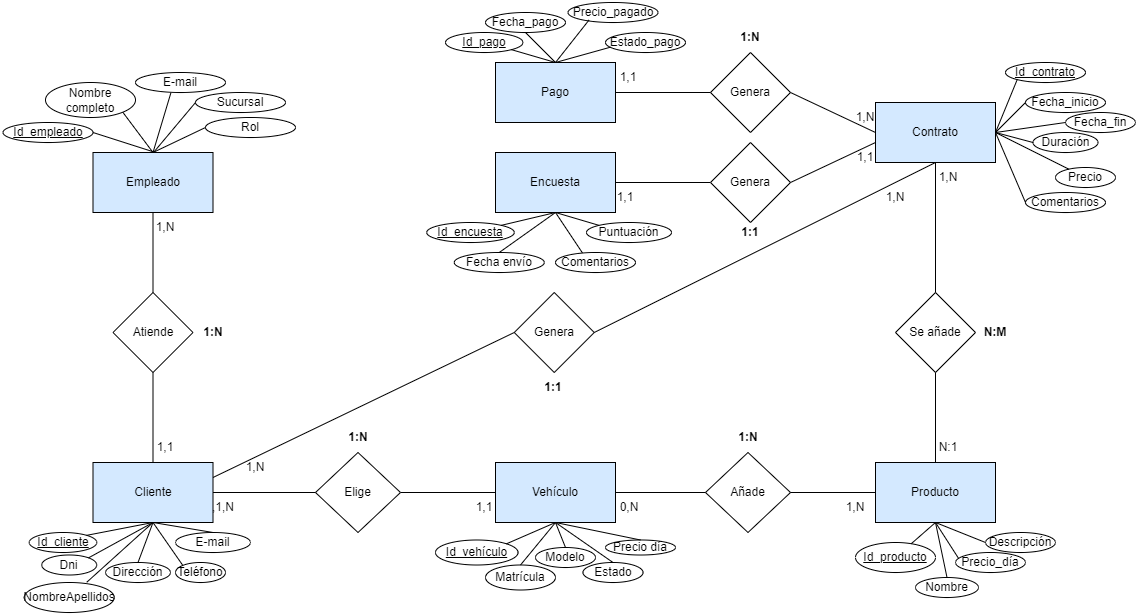
FcoJavierFdez/PFM_SGE keeps this draw.io diagram as FASE_4/Diagrama E-R_PFM.drawio.png. Above is the earlier version. Source tidied: cells renumbered, new cells last; positions are measured from the earlier drawing's top-left corner, leaving out a move shared by most shapes.
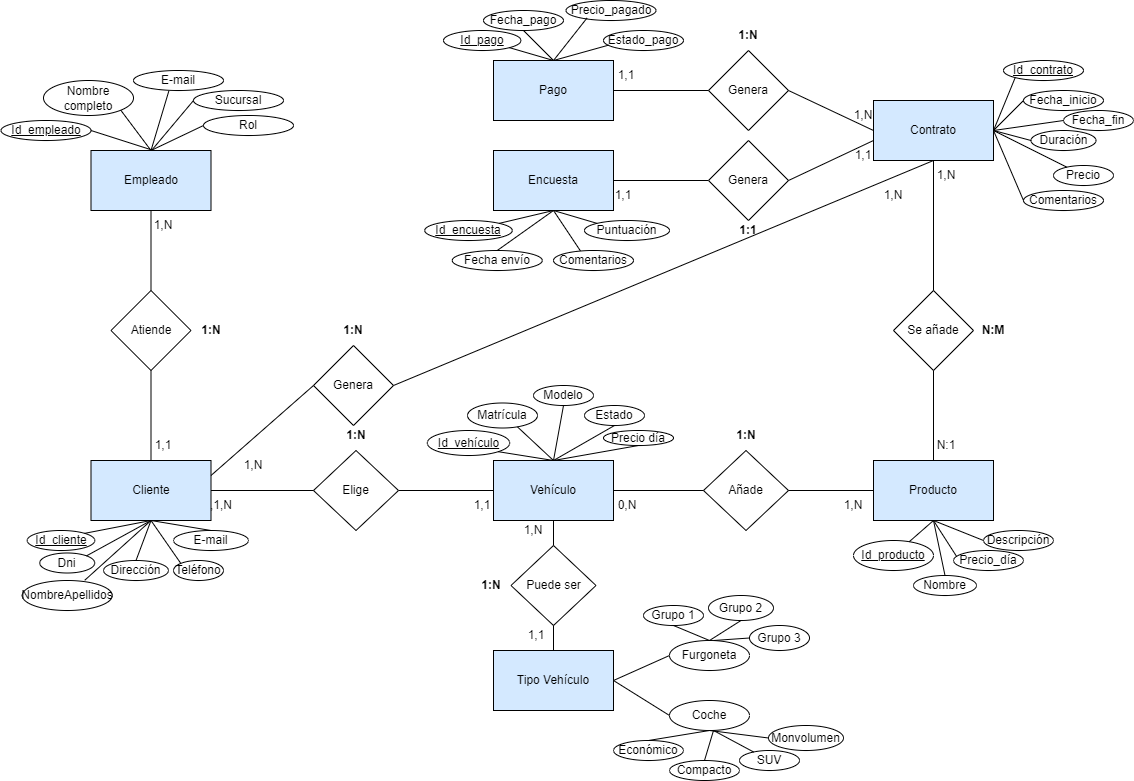
The same file after the commit.

Commit message:
Añado tipo de vehiculo a diagrama E-R

Change to the diagram source:
```diff
@@ -149,33 +149,37 @@
       <mxGeometry relative="1" as="geometry" />
     </mxCell>
     <mxCell id="50" value="&lt;div&gt;Estado&lt;/div&gt;" style="ellipse;whiteSpace=wrap;html=1;" parent="1" vertex="1">
-      <mxGeometry x="579.5" y="560" width="60" height="20" as="geometry" />
+      <mxGeometry x="583" y="405" width="60" height="20" as="geometry" />
     </mxCell>
     <mxCell id="51" value="Matrícula" style="ellipse;whiteSpace=wrap;html=1;" parent="1" vertex="1">
-      <mxGeometry x="482" y="562.5" width="70" height="25" as="geometry" />
+      <mxGeometry x="466" y="402.5" width="70" height="25" as="geometry" />
     </mxCell>
     <mxCell id="52" value="&lt;div&gt;Modelo&lt;/div&gt;" style="ellipse;whiteSpace=wrap;html=1;" parent="1" vertex="1">
-      <mxGeometry x="532" y="545" width="60" height="20" as="geometry" />
+      <mxGeometry x="532" y="385" width="60" height="20" as="geometry" />
     </mxCell>
     <mxCell id="53" value="&lt;u&gt;Id_vehículo&lt;/u&gt;" style="ellipse;whiteSpace=wrap;html=1;" parent="1" vertex="1">
-      <mxGeometry x="432" y="537.5" width="82.5" height="25" as="geometry" />
+      <mxGeometry x="425.8" y="430" width="82.5" height="25" as="geometry" />
     </mxCell>
     <mxCell id="54" value="Precio día" style="ellipse;whiteSpace=wrap;html=1;" parent="1" vertex="1">
-      <mxGeometry x="602" y="537.5" width="70" height="15" as="geometry" />
+      <mxGeometry x="602" y="430" width="70" height="15" as="geometry" />
     </mxCell>
-    <mxCell id="55" style="endArrow=none;html=1;rounded=0;entryX=0.5;entryY=0;entryDx=0;entryDy=0;exitX=0.5;exitY=1;exitDx=0;exitDy=0;" parent="1" edge="1" source="2" target="51">
-      <mxGeometry relative="1" as="geometry" />
+    <mxCell id="55" style="endArrow=none;html=1;rounded=0;entryX=0.714;entryY=0.956;entryDx=0;entryDy=0;entryPerimeter=0;" parent="1" edge="1" target="51">
+      <mxGeometry relative="1" as="geometry">
+        <mxPoint x="552" y="460" as="sourcePoint" />
+      </mxGeometry>
     </mxCell>
-    <mxCell id="56" style="endArrow=none;html=1;rounded=0;entryX=0.5;entryY=1;entryDx=0;entryDy=0;exitX=1;exitY=0;exitDx=0;exitDy=0;" parent="1" edge="1" source="53" target="2">
+    <mxCell id="56" style="endArrow=none;html=1;rounded=0;entryX=0.5;entryY=0;entryDx=0;entryDy=0;exitX=1;exitY=1;exitDx=0;exitDy=0;" parent="1" edge="1" source="53" target="2">
       <mxGeometry relative="1" as="geometry" />
     </mxCell>
-    <mxCell id="57" style="endArrow=none;html=1;rounded=0;entryX=0.5;entryY=0;entryDx=0;entryDy=0;exitX=0.5;exitY=1;exitDx=0;exitDy=0;" parent="1" edge="1" source="2" target="52">
-      <mxGeometry relative="1" as="geometry" />
+    <mxCell id="57" style="endArrow=none;html=1;rounded=0;entryX=0.5;entryY=1;entryDx=0;entryDy=0;" parent="1" edge="1" target="52">
+      <mxGeometry relative="1" as="geometry">
+        <mxPoint x="552" y="460" as="sourcePoint" />
+      </mxGeometry>
     </mxCell>
-    <mxCell id="58" style="endArrow=none;html=1;rounded=0;entryX=0.5;entryY=0;entryDx=0;entryDy=0;exitX=0.5;exitY=1;exitDx=0;exitDy=0;entryPerimeter=0;" parent="1" edge="1" source="2" target="50">
+    <mxCell id="58" style="endArrow=none;html=1;rounded=0;exitX=0.5;exitY=0;exitDx=0;exitDy=0;entryX=0.5;entryY=1;entryDx=0;entryDy=0;" parent="1" edge="1" source="2" target="50">
       <mxGeometry relative="1" as="geometry" />
     </mxCell>
-    <mxCell id="59" style="endArrow=none;html=1;rounded=0;entryX=0.5;entryY=0;entryDx=0;entryDy=0;exitX=0.5;exitY=1;exitDx=0;exitDy=0;" parent="1" edge="1" source="2" target="54">
+    <mxCell id="59" style="endArrow=none;html=1;rounded=0;entryX=0.5;entryY=1;entryDx=0;entryDy=0;exitX=0.5;exitY=0;exitDx=0;exitDy=0;" parent="1" edge="1" source="2" target="54">
       <mxGeometry relative="1" as="geometry" />
     </mxCell>
     <mxCell id="60" value="Comentarios" style="ellipse;whiteSpace=wrap;html=1;" parent="1" vertex="1">
@@ -214,7 +218,7 @@
       <mxGeometry relative="1" as="geometry" />
     </mxCell>
     <mxCell id="71" value="Genera" style="rhombus;whiteSpace=wrap;html=1;" parent="1" vertex="1">
-      <mxGeometry x="510.8" y="290" width="80" height="80" as="geometry" />
+      <mxGeometry x="312" y="345" width="80" height="80" as="geometry" />
     </mxCell>
     <mxCell id="72" style="endArrow=none;html=1;rounded=0;entryX=0.5;entryY=1;entryDx=0;entryDy=0;exitX=1;exitY=0.5;exitDx=0;exitDy=0;" parent="1" edge="1" source="71" target="4">
       <mxGeometry relative="1" as="geometry" />
@@ -294,8 +298,8 @@
     <mxCell id="97" value="1,1" style="text;html=1;strokeColor=none;fillColor=none;align=center;verticalAlign=middle;whiteSpace=wrap;rounded=0;" parent="1" vertex="1">
       <mxGeometry x="132" y="430" width="60" height="30" as="geometry" />
     </mxCell>
-    <mxCell id="98" value="&lt;b&gt;1:1&lt;/b&gt;" style="text;html=1;strokeColor=none;fillColor=none;align=center;verticalAlign=middle;whiteSpace=wrap;rounded=0;" parent="1" vertex="1">
-      <mxGeometry x="519.5" y="370" width="60" height="30" as="geometry" />
+    <mxCell id="98" value="&lt;b&gt;1:N&lt;/b&gt;" style="text;html=1;strokeColor=none;fillColor=none;align=center;verticalAlign=middle;whiteSpace=wrap;rounded=0;" parent="1" vertex="1">
+      <mxGeometry x="322" y="315" width="60" height="30" as="geometry" />
     </mxCell>
     <mxCell id="99" value="1,N" style="text;html=1;strokeColor=none;fillColor=none;align=center;verticalAlign=middle;whiteSpace=wrap;rounded=0;" parent="1" vertex="1">
       <mxGeometry x="222" y="450" width="60" height="30" as="geometry" />
@@ -368,5 +372,91 @@
     <mxCell id="119" value="N:1" style="text;html=1;strokeColor=none;fillColor=none;align=center;verticalAlign=middle;whiteSpace=wrap;rounded=0;" parent="1" vertex="1">
       <mxGeometry x="915" y="430" width="60" height="30" as="geometry" />
     </mxCell>
+    <mxCell id="120" value="Tipo Vehículo" style="rounded=0;whiteSpace=wrap;html=1;fillColor=#D4E9FF;" parent="1" vertex="1">
+      <mxGeometry x="492" y="650" width="120" height="60" as="geometry" />
+    </mxCell>
+    <mxCell id="121" value="Puede ser" style="rhombus;whiteSpace=wrap;html=1;" parent="1" vertex="1">
+      <mxGeometry x="509.5" y="545" width="85" height="80" as="geometry" />
+    </mxCell>
+    <mxCell id="122" style="endArrow=none;html=1;rounded=0;entryX=0.5;entryY=0;entryDx=0;entryDy=0;" parent="1" edge="1" target="121">
+      <mxGeometry relative="1" as="geometry">
+        <mxPoint x="552" y="520" as="sourcePoint" />
+      </mxGeometry>
+    </mxCell>
+    <mxCell id="123" style="endArrow=none;html=1;rounded=0;exitX=0.5;exitY=1;exitDx=0;exitDy=0;entryX=0.5;entryY=0;entryDx=0;entryDy=0;" parent="1" edge="1" source="121" target="120">
+      <mxGeometry relative="1" as="geometry" />
+    </mxCell>
+    <mxCell id="124" value="Monvolumen" style="ellipse;whiteSpace=wrap;html=1;" parent="1" vertex="1">
+      <mxGeometry x="767" y="725" width="75" height="25" as="geometry" />
+    </mxCell>
+    <mxCell id="125" value="SUV" style="ellipse;whiteSpace=wrap;html=1;" parent="1" vertex="1">
+      <mxGeometry x="738" y="750" width="60" height="20" as="geometry" />
+    </mxCell>
+    <mxCell id="126" value="Compacto" style="ellipse;whiteSpace=wrap;html=1;" parent="1" vertex="1">
+      <mxGeometry x="668" y="760" width="70" height="20" as="geometry" />
+    </mxCell>
+    <mxCell id="127" value="Económico" style="ellipse;whiteSpace=wrap;html=1;" parent="1" vertex="1">
+      <mxGeometry x="612" y="740" width="70" height="20" as="geometry" />
+    </mxCell>
+    <mxCell id="128" value="Furgoneta" style="ellipse;whiteSpace=wrap;html=1;" parent="1" vertex="1">
+      <mxGeometry x="668" y="640" width="80" height="30" as="geometry" />
+    </mxCell>
+    <mxCell id="129" value="Coche" style="ellipse;whiteSpace=wrap;html=1;" parent="1" vertex="1">
+      <mxGeometry x="668" y="700" width="80" height="30" as="geometry" />
+    </mxCell>
+    <mxCell id="130" value="Grupo 2" style="ellipse;whiteSpace=wrap;html=1;" parent="1" vertex="1">
+      <mxGeometry x="707" y="595" width="65" height="25" as="geometry" />
+    </mxCell>
+    <mxCell id="131" value="Grupo 1" style="ellipse;whiteSpace=wrap;html=1;" parent="1" vertex="1">
+      <mxGeometry x="642" y="605" width="60" height="20" as="geometry" />
+    </mxCell>
+    <mxCell id="132" value="Grupo 3" style="ellipse;whiteSpace=wrap;html=1;" parent="1" vertex="1">
+      <mxGeometry x="748" y="625" width="60" height="25" as="geometry" />
+    </mxCell>
+    <mxCell id="133" style="endArrow=none;html=1;rounded=0;entryX=0.5;entryY=1;entryDx=0;entryDy=0;exitX=0;exitY=0.5;exitDx=0;exitDy=0;" parent="1" edge="1" source="124" target="129">
+      <mxGeometry relative="1" as="geometry" />
+    </mxCell>
+    <mxCell id="134" style="endArrow=none;html=1;rounded=0;entryX=0.5;entryY=1;entryDx=0;entryDy=0;exitX=0.5;exitY=0;exitDx=0;exitDy=0;" parent="1" edge="1" source="128" target="130">
+      <mxGeometry relative="1" as="geometry" />
+    </mxCell>
+    <mxCell id="135" style="endArrow=none;html=1;rounded=0;entryX=0.5;entryY=1;entryDx=0;entryDy=0;exitX=0.5;exitY=0;exitDx=0;exitDy=0;" parent="1" edge="1" source="128" target="131">
+      <mxGeometry relative="1" as="geometry" />
+    </mxCell>
+    <mxCell id="136" style="endArrow=none;html=1;rounded=0;entryX=0;entryY=0.5;entryDx=0;entryDy=0;exitX=1;exitY=0.5;exitDx=0;exitDy=0;" parent="1" edge="1" source="120" target="129">
+      <mxGeometry relative="1" as="geometry" />
+    </mxCell>
+    <mxCell id="137" style="endArrow=none;html=1;rounded=0;entryX=0;entryY=0.5;entryDx=0;entryDy=0;exitX=1;exitY=0.5;exitDx=0;exitDy=0;" parent="1" edge="1" source="120" target="128">
+      <mxGeometry relative="1" as="geometry" />
+    </mxCell>
+    <mxCell id="138" style="endArrow=none;html=1;rounded=0;entryX=0;entryY=0.5;entryDx=0;entryDy=0;" parent="1" edge="1" target="132">
+      <mxGeometry relative="1" as="geometry">
+        <mxPoint x="712" y="640" as="sourcePoint" />
+      </mxGeometry>
+    </mxCell>
+    <mxCell id="139" style="endArrow=none;html=1;rounded=0;" parent="1" edge="1" source="125">
+      <mxGeometry relative="1" as="geometry">
+        <mxPoint x="712" y="730" as="targetPoint" />
+      </mxGeometry>
+    </mxCell>
+    <mxCell id="140" style="endArrow=none;html=1;rounded=0;exitX=0.5;exitY=0;exitDx=0;exitDy=0;" parent="1" edge="1" source="126">
+      <mxGeometry relative="1" as="geometry">
+        <mxPoint x="712" y="730" as="targetPoint" />
+      </mxGeometry>
+    </mxCell>
+    <mxCell id="141" style="endArrow=none;html=1;rounded=0;entryX=0.5;entryY=0;entryDx=0;entryDy=0;exitX=0.5;exitY=1;exitDx=0;exitDy=0;" parent="1" edge="1" source="129" target="127">
+      <mxGeometry relative="1" as="geometry" />
+    </mxCell>
+    <mxCell id="142" style="edgeStyle=orthogonalEdgeStyle;rounded=0;orthogonalLoop=1;jettySize=auto;html=1;exitX=0.5;exitY=1;exitDx=0;exitDy=0;" parent="1" edge="1" source="125" target="125">
+      <mxGeometry relative="1" as="geometry" />
+    </mxCell>
+    <mxCell id="143" value="1,1" style="text;html=1;strokeColor=none;fillColor=none;align=center;verticalAlign=middle;whiteSpace=wrap;rounded=0;" parent="1" vertex="1">
+      <mxGeometry x="504.5" y="620" width="60" height="30" as="geometry" />
+    </mxCell>
+    <mxCell id="144" value="1,N" style="text;html=1;strokeColor=none;fillColor=none;align=center;verticalAlign=middle;whiteSpace=wrap;rounded=0;" parent="1" vertex="1">
+      <mxGeometry x="502" y="515" width="60" height="30" as="geometry" />
+    </mxCell>
+    <mxCell id="145" value="&lt;b&gt;1:N&lt;/b&gt;" style="text;html=1;strokeColor=none;fillColor=none;align=center;verticalAlign=middle;whiteSpace=wrap;rounded=0;" parent="1" vertex="1">
+      <mxGeometry x="459.5" y="570" width="60" height="30" as="geometry" />
+    </mxCell>
   </root>
 </mxGraphModel>
```
